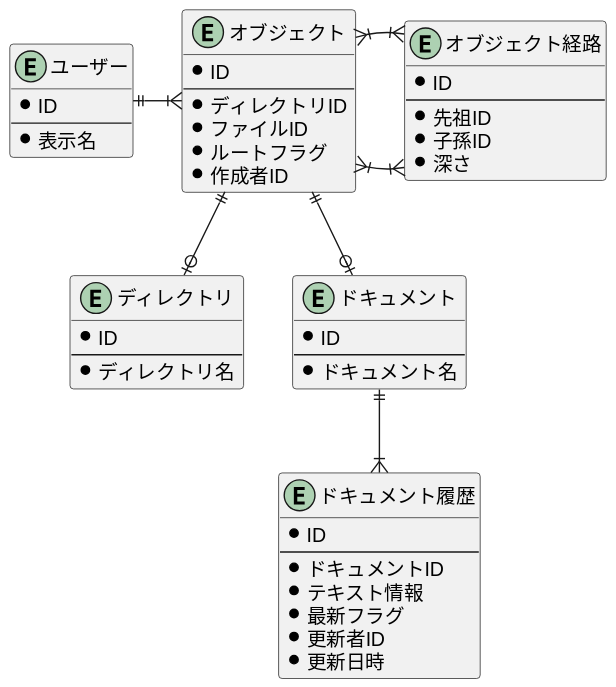
yudai64/PrAha-Challenge keeps this PlantUML diagram as DB/03/work/ER.svg. Above is the earlier version.
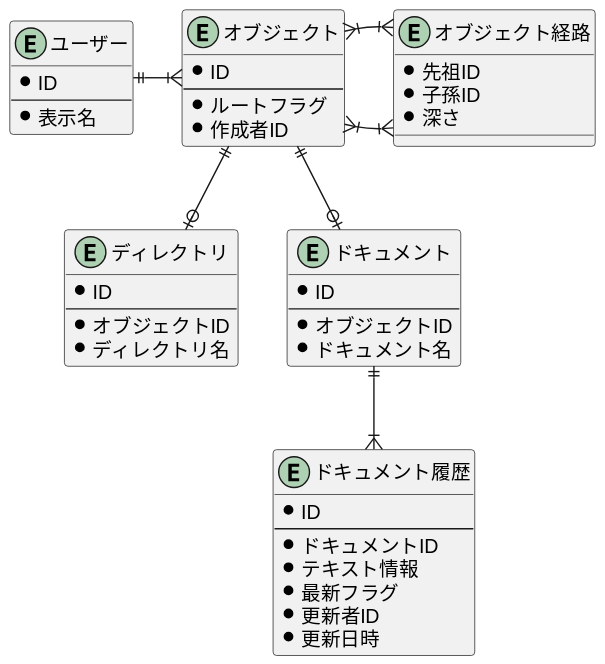
Later version of the same file.

What changed in the source:
```diff
@@ -9,8 +9,6 @@
 entity "オブジェクト" {
     *ID
     --
-    *ディレクトリID
-    *ファイルID
     *ルートフラグ
     *作成者ID
 }
@@ -18,12 +16,14 @@
 entity "ディレクトリ" {
     *ID
     --
+    *オブジェクトID
     *ディレクトリ名
 }
 
 entity "ドキュメント" {
     *ID
     --
+    *オブジェクトID
     *ドキュメント名
 }
 
@@ -38,8 +38,6 @@
 }
 
 entity "オブジェクト経路" {
-    *ID
-    --
     *先祖ID
     *子孫ID
     *深さ
```
